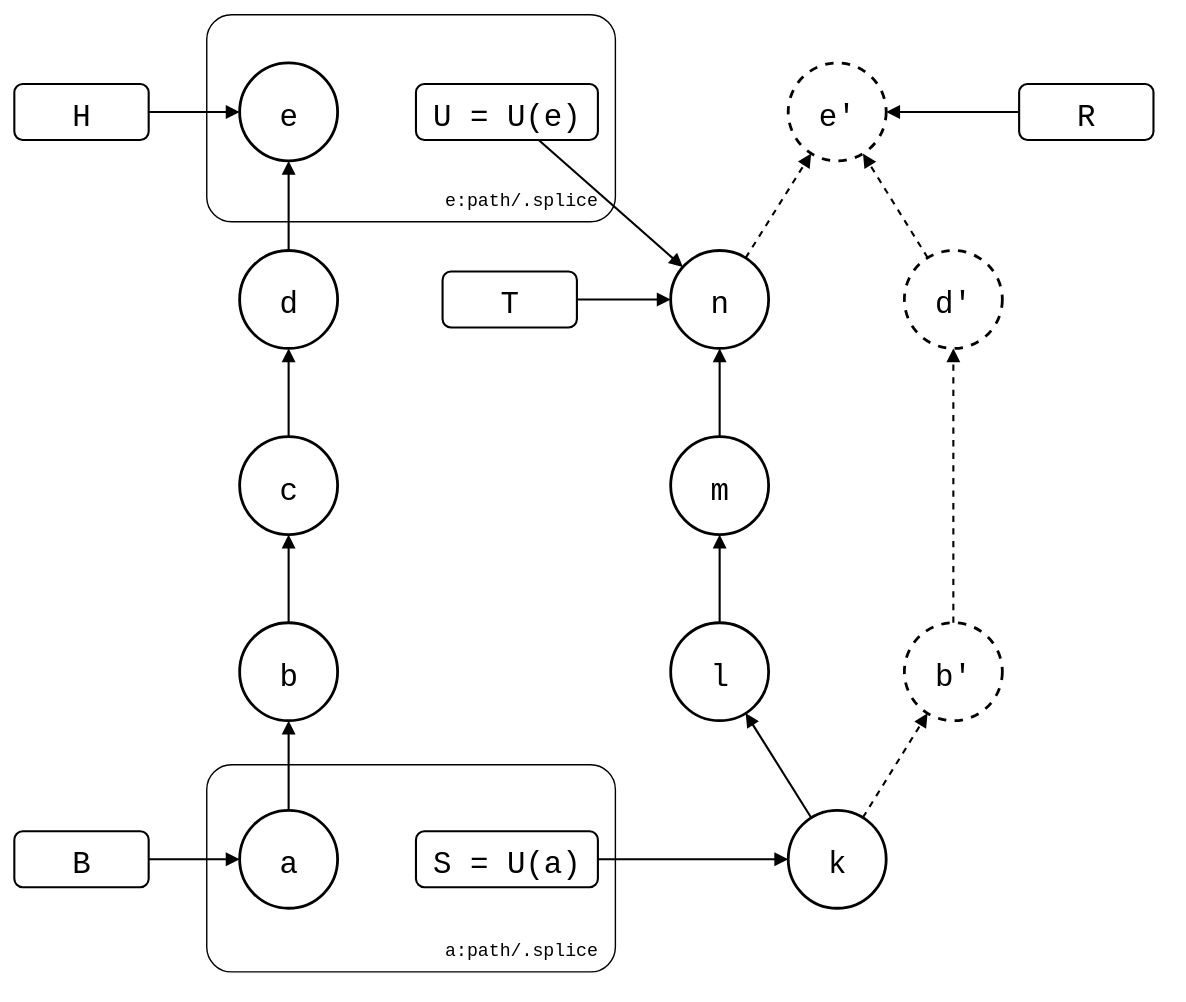
Before: test/scenarios/sync-model/after-pull/after-pull.drawio.svg, a diagram exported from draw.io (roschaefer/git-splice). Source tidied: cells renumbered, new cells last; positions are measured from the earlier drawing's top-left corner, leaving out a move shared by most shapes.
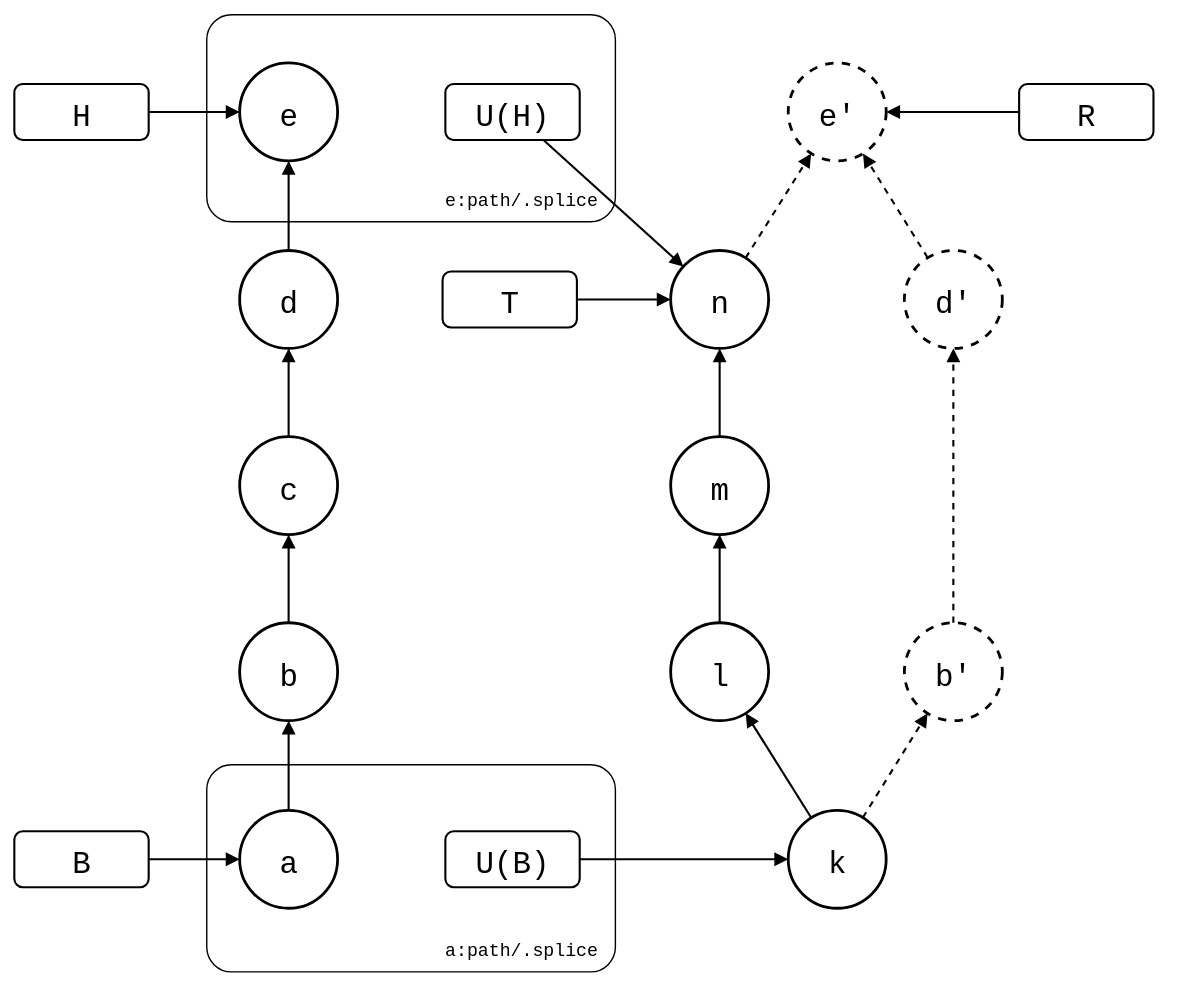
Above is the later version.

The edit, as a diff of the source:
```diff
@@ -47,8 +47,8 @@
     <mxCell id="16" value="H" style="rounded=1;strokeWidth=1.5;fontSize=22;fontFamily=Roboto Mono,monospace;" parent="1" vertex="1">
       <mxGeometry y="50" width="96" height="40" as="geometry" />
     </mxCell>
-    <mxCell id="17" value="U = U(e)" style="rounded=1;strokeWidth=1.5;fontSize=22;fontFamily=Roboto Mono,monospace;" parent="1" vertex="1">
-      <mxGeometry x="287" y="50" width="130" height="40" as="geometry" />
+    <mxCell id="17" value="U(H)" style="rounded=1;strokeWidth=1.5;fontSize=22;fontFamily=Roboto Mono,monospace;" parent="1" vertex="1">
+      <mxGeometry x="308" y="50" width="96" height="40" as="geometry" />
     </mxCell>
     <mxCell id="18" value="T" style="rounded=1;strokeWidth=1.5;fontSize=22;fontFamily=Roboto Mono,monospace;" parent="1" vertex="1">
       <mxGeometry x="306" y="184" width="96" height="40" as="geometry" />
@@ -59,8 +59,8 @@
     <mxCell id="20" value="B" style="rounded=1;strokeWidth=1.5;fontSize=22;fontFamily=Roboto Mono,monospace;" parent="1" vertex="1">
       <mxGeometry y="584" width="96" height="40" as="geometry" />
     </mxCell>
-    <mxCell id="21" value="S = U(a)" style="rounded=1;strokeWidth=1.5;fontSize=22;fontFamily=Roboto Mono,monospace;" parent="1" vertex="1">
-      <mxGeometry x="287" y="584" width="130" height="40" as="geometry" />
+    <mxCell id="21" value="U(B)" style="rounded=1;strokeWidth=1.5;fontSize=22;fontFamily=Roboto Mono,monospace;" parent="1" vertex="1">
+      <mxGeometry x="308" y="584" width="96" height="40" as="geometry" />
     </mxCell>
     <mxCell id="22" style="endArrow=block;endFill=1;html=1;strokeWidth=1.5;rounded=0;" parent="1" edge="1" source="16" target="8">
       <mxGeometry relative="1" as="geometry" />
```
